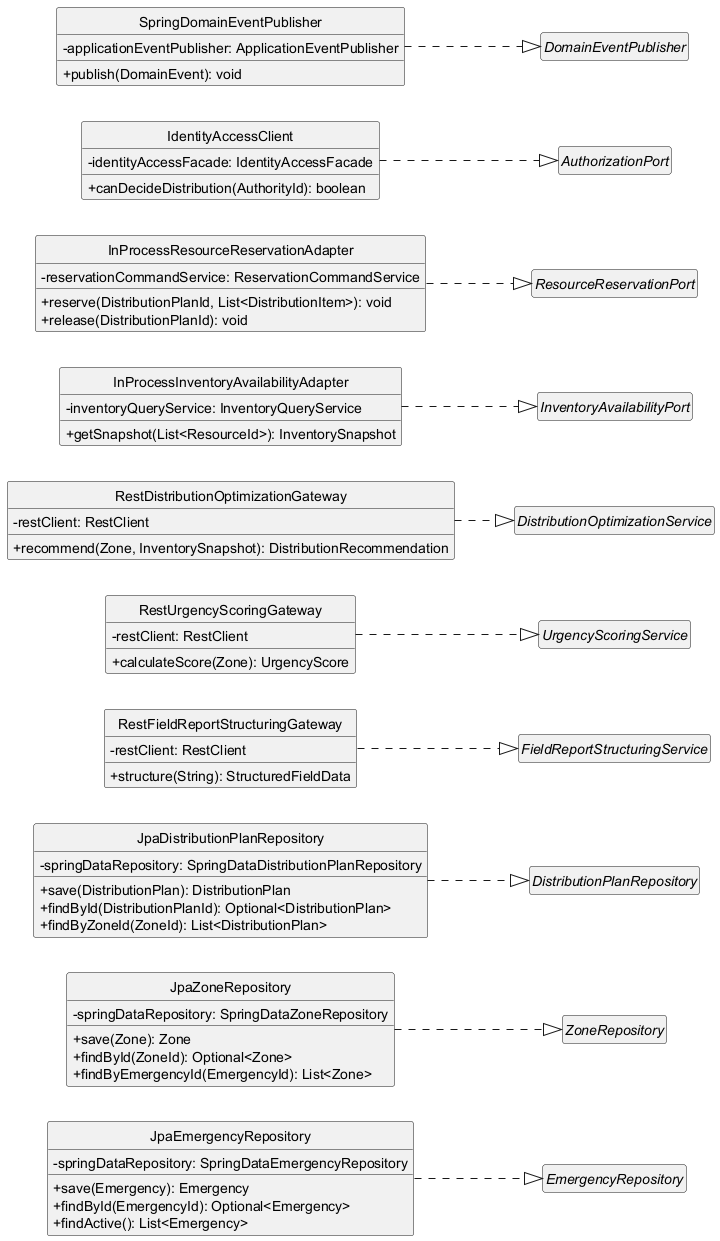
The PlantUML diagram assets/infrastructure-layer/EmergencyManagement.png in Waqta-Labs/ase-report, before a commit. Its diagram source:
```plantuml
@startuml infrastructure-emergencymanagement
skinparam classAttributeIconSize 0
skinparam linetype ortho
hide circle
hide empty members
left to right direction

class JpaEmergencyRepository {
  -springDataRepository: SpringDataEmergencyRepository
  +save(Emergency): Emergency
  +findById(EmergencyId): Optional<Emergency>
  +findActive(): List<Emergency>
}

class JpaZoneRepository {
  -springDataRepository: SpringDataZoneRepository
  +save(Zone): Zone
  +findById(ZoneId): Optional<Zone>
  +findByEmergencyId(EmergencyId): List<Zone>
}

class JpaDistributionPlanRepository {
  -springDataRepository: SpringDataDistributionPlanRepository
  +save(DistributionPlan): DistributionPlan
  +findById(DistributionPlanId): Optional<DistributionPlan>
  +findByZoneId(ZoneId): List<DistributionPlan>
}

class RestFieldReportStructuringGateway {
  -restClient: RestClient
  +structure(String): StructuredFieldData
}

class RestUrgencyScoringGateway {
  -restClient: RestClient
  +calculateScore(Zone): UrgencyScore
}

class RestDistributionOptimizationGateway {
  -restClient: RestClient
  +recommend(Zone, InventorySnapshot): DistributionRecommendation
}

class InProcessInventoryAvailabilityAdapter {
  -inventoryQueryService: InventoryQueryService
  +getSnapshot(List<ResourceId>): InventorySnapshot
}

class InProcessResourceReservationAdapter {
  -reservationCommandService: ReservationCommandService
  +reserve(DistributionPlanId, List<DistributionItem>): void
  +release(DistributionPlanId): void
}

class IdentityAccessClient {
  -identityAccessFacade: IdentityAccessFacade
  +canDecideDistribution(AuthorityId): boolean
}

class SpringDomainEventPublisher {
  -applicationEventPublisher: ApplicationEventPublisher
  +publish(DomainEvent): void
}

interface EmergencyRepository
interface ZoneRepository
interface DistributionPlanRepository
interface FieldReportStructuringService
interface UrgencyScoringService
interface DistributionOptimizationService
interface InventoryAvailabilityPort
interface ResourceReservationPort
interface AuthorizationPort
interface DomainEventPublisher

JpaEmergencyRepository ..|> EmergencyRepository
JpaZoneRepository ..|> ZoneRepository
JpaDistributionPlanRepository ..|> DistributionPlanRepository
RestFieldReportStructuringGateway ..|> FieldReportStructuringService
RestUrgencyScoringGateway ..|> UrgencyScoringService
RestDistributionOptimizationGateway ..|> DistributionOptimizationService
InProcessInventoryAvailabilityAdapter ..|> InventoryAvailabilityPort
InProcessResourceReservationAdapter ..|> ResourceReservationPort
IdentityAccessClient ..|> AuthorizationPort
SpringDomainEventPublisher ..|> DomainEventPublisher

@enduml
```
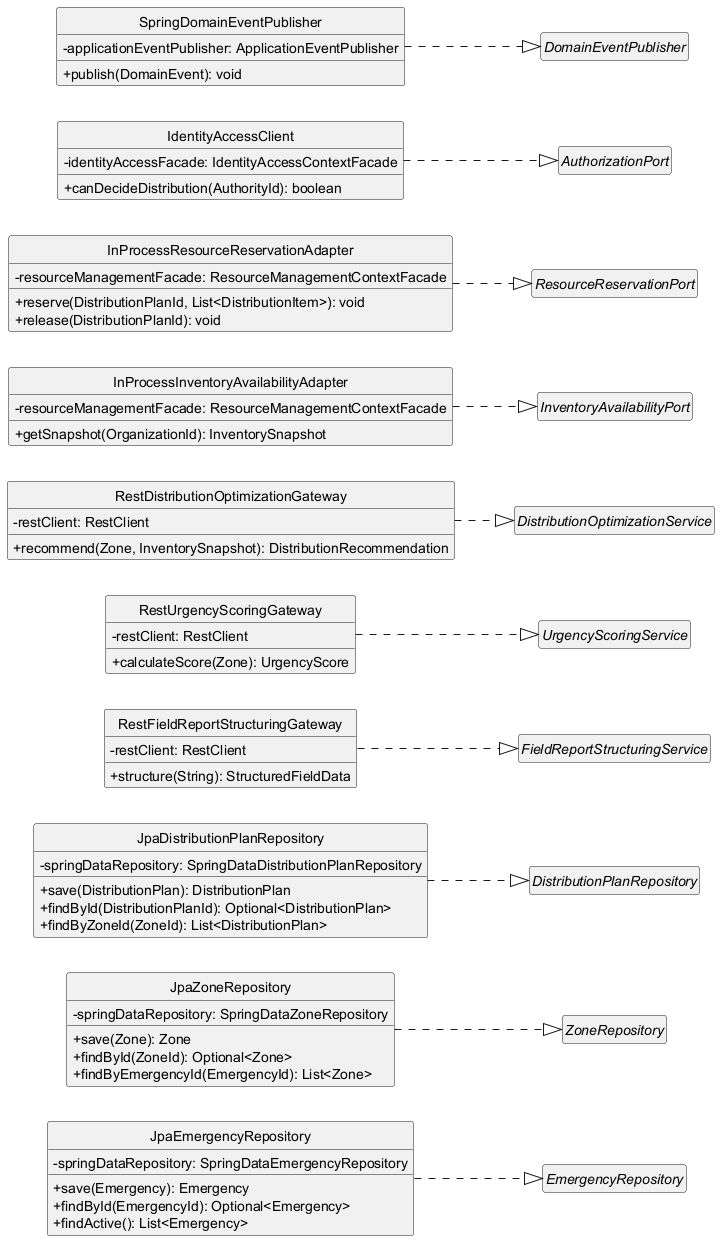
After the commit.

Commit message:
docs: add resource management diagrams and update emergency management layer diagrams

Change to the diagram source:
```diff
@@ -42,18 +42,18 @@
 }
 
 class InProcessInventoryAvailabilityAdapter {
-  -inventoryQueryService: InventoryQueryService
-  +getSnapshot(List<ResourceId>): InventorySnapshot
+  -resourceManagementFacade: ResourceManagementContextFacade
+  +getSnapshot(OrganizationId): InventorySnapshot
 }
 
 class InProcessResourceReservationAdapter {
-  -reservationCommandService: ReservationCommandService
+  -resourceManagementFacade: ResourceManagementContextFacade
   +reserve(DistributionPlanId, List<DistributionItem>): void
   +release(DistributionPlanId): void
 }
 
 class IdentityAccessClient {
-  -identityAccessFacade: IdentityAccessFacade
+  -identityAccessFacade: IdentityAccessContextFacade
   +canDecideDistribution(AuthorityId): boolean
 }
 
```
